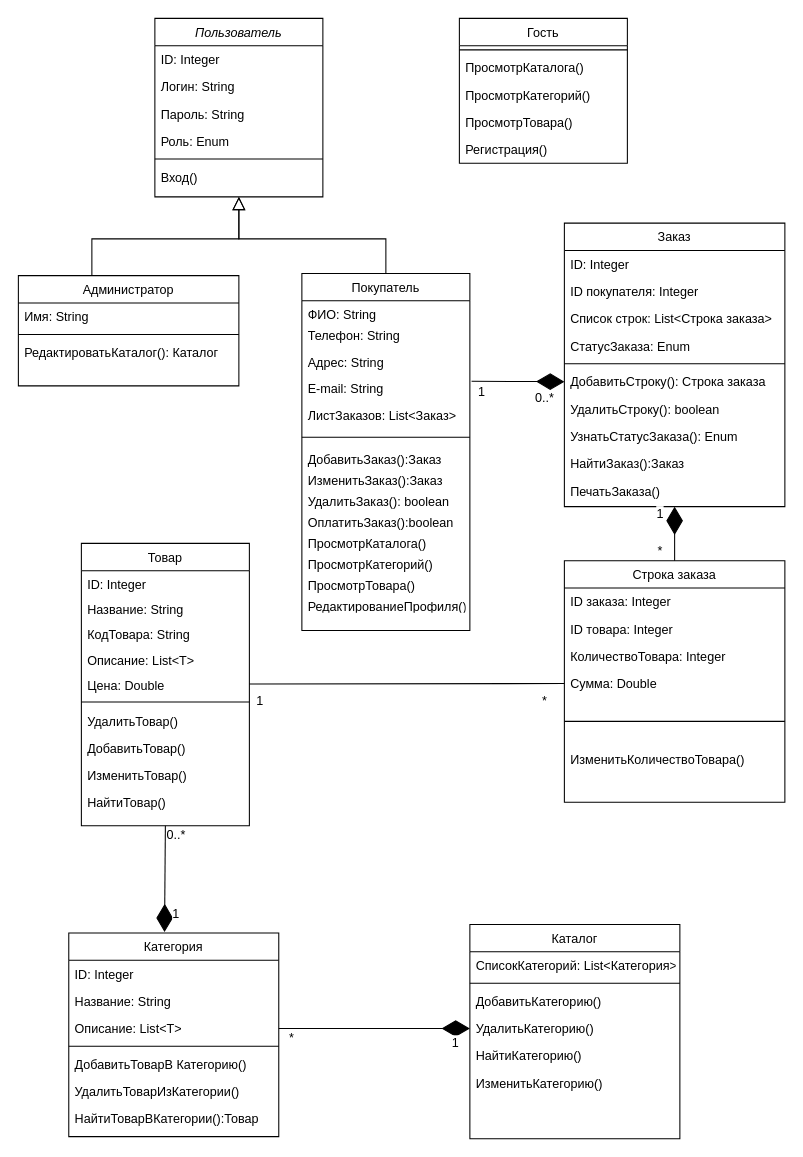
MangutovaAlina/part1 keeps this draw.io diagram as src/lesson13/task02/InternetShop_ClassDiagram.drawio. Above is the earlier version. Source tidied: cells renumbered, new cells numbered last; positions are measured from the earlier drawing's top-left corner, leaving out a move shared by most shapes. Both pictures are drawn from the tidied source at 105%, with x=0, y=0 at pixel (18, 18).
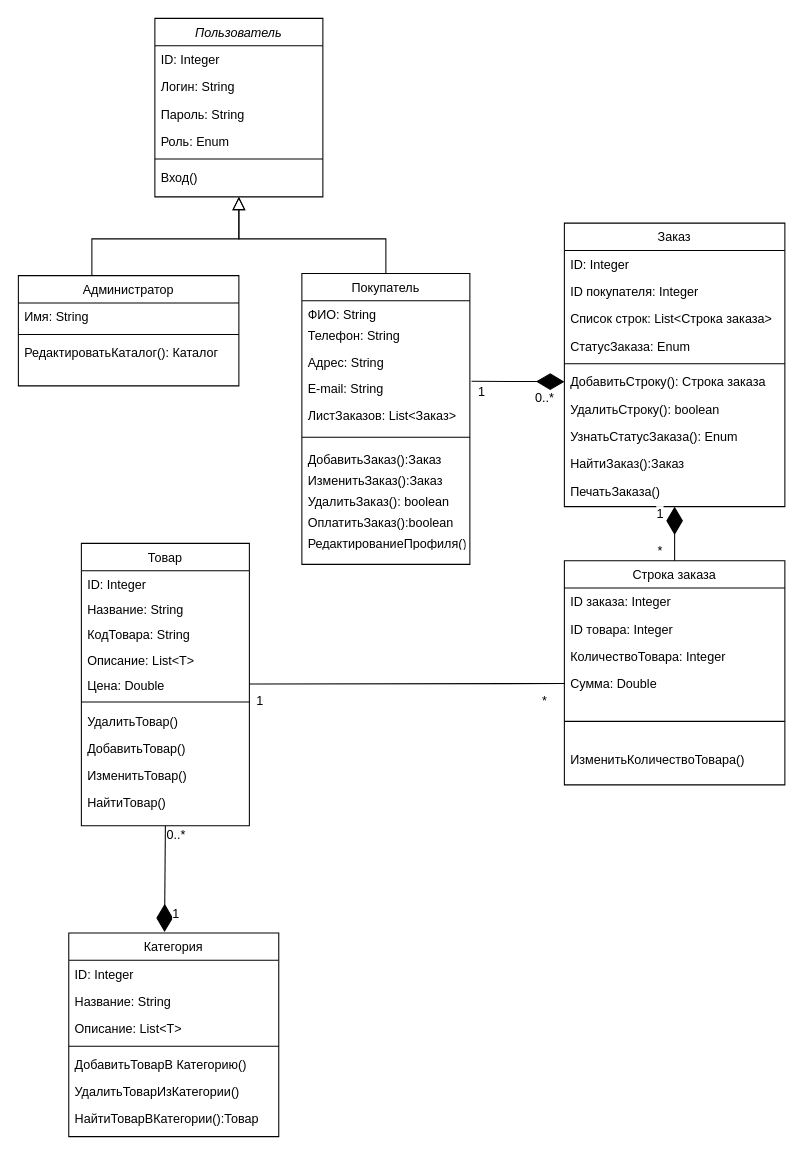
Above is the later version.

Unchanged cells that the change refers to:
```xml
<mxCell id="74" value="Описание: List&lt;T&gt;" style="text;align=left;verticalAlign=top;spacingLeft=4;spacingRight=4;overflow=hidden;points=[[0,0.5],[1,0.5]];portConstraint=eastwest;" parent="71" vertex="1">
  <mxGeometry y="78" width="200" height="26" as="geometry" />
</mxCell>
```

The edit, as a diff of the source:
```diff
@@
     <mxCell id="9" value="Покупатель" style="swimlane;fontStyle=0;align=center;verticalAlign=top;horizontal=1;startSize=26;rounded=0;shadow=0;strokeWidth=1;" parent="1" vertex="1">
-      <mxGeometry x="270" y="243" width="160" height="340" as="geometry" />
+      <mxGeometry x="270" y="243" width="160" height="277" as="geometry" />
     </mxCell>
@@
-    <mxCell id="20" value="ПросмотрКаталога()" style="text;strokeColor=none;fillColor=none;align=left;verticalAlign=top;spacingLeft=4;spacingRight=4;overflow=hidden;" parent="9" vertex="1">
-      <mxGeometry y="244" width="160" height="20" as="geometry" />
-    </mxCell>
-    <mxCell id="21" value="ПросмотрКатегорий()" style="text;align=left;verticalAlign=top;spacingLeft=4;spacingRight=4;overflow=hidden;" parent="9" vertex="1">
-      <mxGeometry y="264" width="160" height="20" as="geometry" />
-    </mxCell>
-    <mxCell id="22" value="ПросмотрТовара()" style="text;strokeColor=none;fillColor=none;align=left;verticalAlign=top;spacingLeft=4;spacingRight=4;overflow=hidden;" parent="9" vertex="1">
-      <mxGeometry y="284" width="160" height="20" as="geometry" />
-    </mxCell>
     <mxCell id="23" value="РедактированиеПрофиля()" style="text;strokeColor=none;fillColor=none;align=left;verticalAlign=top;spacingLeft=4;spacingRight=4;overflow=hidden;" parent="9" vertex="1">
-      <mxGeometry y="304" width="160" height="14" as="geometry" />
+      <mxGeometry y="244" width="160" height="14" as="geometry" />
     </mxCell>
@@
-    <mxCell id="30" value="Гость" style="swimlane;fontStyle=0;align=center;verticalAlign=top;horizontal=1;startSize=26;rounded=0;shadow=0;strokeWidth=1;" parent="1" vertex="1">
-      <mxGeometry x="420" width="160" height="138" as="geometry" />
-    </mxCell>
-    <mxCell id="31" style="line;html=1;strokeWidth=1;align=left;verticalAlign=middle;spacingTop=-1;spacingLeft=3;spacingRight=3;labelPosition=right;" parent="30" vertex="1">
-      <mxGeometry y="26" width="160" height="8" as="geometry" />
-    </mxCell>
-    <mxCell id="32" value="ПросмотрКаталога()" style="text;strokeColor=none;fillColor=none;align=left;verticalAlign=top;spacingLeft=4;spacingRight=4;overflow=hidden;" parent="30" vertex="1">
-      <mxGeometry y="34" width="160" height="26" as="geometry" />
-    </mxCell>
-    <mxCell id="33" value="ПросмотрКатегорий()" style="text;strokeColor=none;fillColor=none;align=left;verticalAlign=top;spacingLeft=4;spacingRight=4;overflow=hidden;" parent="30" vertex="1">
-      <mxGeometry y="60" width="160" height="26" as="geometry" />
-    </mxCell>
-    <mxCell id="34" value="ПросмотрТовара()" style="text;strokeColor=none;fillColor=none;align=left;verticalAlign=top;spacingLeft=4;spacingRight=4;overflow=hidden;" parent="30" vertex="1">
-      <mxGeometry y="86" width="160" height="26" as="geometry" />
-    </mxCell>
-    <mxCell id="35" value="Регистрация()" style="text;strokeColor=none;fillColor=none;align=left;verticalAlign=top;spacingLeft=4;spacingRight=4;overflow=hidden;" parent="30" vertex="1">
-      <mxGeometry y="112" width="160" height="26" as="geometry" />
-    </mxCell>
     <mxCell id="36" value="Строка заказа" style="swimlane;fontStyle=0;align=center;verticalAlign=top;horizontal=1;startSize=26;rounded=0;shadow=0;strokeWidth=1;" parent="1" vertex="1">
-      <mxGeometry x="520" y="516.5" width="210" height="230" as="geometry" />
+      <mxGeometry x="520" y="516.5" width="210" height="213.5" as="geometry" />
     </mxCell>
@@
-    <mxCell id="79" value="Каталог" style="swimlane;fontStyle=0;align=center;verticalAlign=top;horizontal=1;startSize=26;rounded=0;shadow=0;strokeWidth=1;" parent="1" vertex="1">
-      <mxGeometry x="430" y="863" width="200" height="204" as="geometry" />
-    </mxCell>
-    <mxCell id="80" value="СписокКатегорий: List&lt;Категория&gt;" style="text;align=left;verticalAlign=top;spacingLeft=4;spacingRight=4;overflow=hidden;" parent="79" vertex="1">
-      <mxGeometry y="26" width="200" height="26" as="geometry" />
-    </mxCell>
-    <mxCell id="81" style="line;html=1;strokeWidth=1;align=left;verticalAlign=middle;spacingTop=-1;spacingLeft=3;spacingRight=3;labelPosition=right;" parent="79" vertex="1">
-      <mxGeometry y="52" width="200" height="8" as="geometry" />
-    </mxCell>
-    <mxCell id="82" value="ДобавитьКатегорию()" style="text;strokeColor=none;fillColor=none;align=left;verticalAlign=top;spacingLeft=4;spacingRight=4;overflow=hidden;" parent="79" vertex="1">
-      <mxGeometry y="60" width="200" height="26" as="geometry" />
-    </mxCell>
-    <mxCell id="83" value="УдалитьКатегорию()" style="text;strokeColor=none;fillColor=none;align=left;verticalAlign=top;spacingLeft=4;spacingRight=4;overflow=hidden;points=[[0,0.5],[1,0.5]];portConstraint=eastwest;" parent="79" vertex="1">
-      <mxGeometry y="86" width="200" height="26" as="geometry" />
-    </mxCell>
-    <mxCell id="84" value="НайтиКатегорию()" style="text;strokeColor=none;fillColor=none;align=left;verticalAlign=top;spacingLeft=4;spacingRight=4;overflow=hidden;" parent="79" vertex="1">
-      <mxGeometry y="112" width="200" height="26" as="geometry" />
-    </mxCell>
-    <mxCell id="85" value="ИзменитьКатегорию()" style="text;strokeColor=none;fillColor=none;align=left;verticalAlign=top;spacingLeft=4;spacingRight=4;overflow=hidden;" parent="79" vertex="1">
-      <mxGeometry y="138" width="200" height="26" as="geometry" />
-    </mxCell>
@@
-    <mxCell id="92" style="endArrow=diamondThin;endFill=1;endSize=24;html=1;entryX=0;entryY=0.5;entryDx=0;entryDy=0;exitX=1;exitY=0.5;exitDx=0;exitDy=0;" parent="1" edge="1" source="74" target="83">
-      <mxGeometry relative="1" as="geometry" />
-    </mxCell>
-    <mxCell id="93" value="1" style="text;html=1;align=center;verticalAlign=middle;labelBackgroundColor=#ffffff;" parent="92" vertex="1">
-      <mxGeometry x="0.84" y="-1" relative="1" as="geometry">
-        <mxPoint y="12" as="offset" />
-      </mxGeometry>
-    </mxCell>
-    <mxCell id="94" value="*" style="text;html=1;align=center;verticalAlign=middle;labelBackgroundColor=#ffffff;" parent="92" vertex="1">
-      <mxGeometry x="-0.88" relative="1" as="geometry">
-        <mxPoint y="8" as="offset" />
-      </mxGeometry>
-    </mxCell>
```
